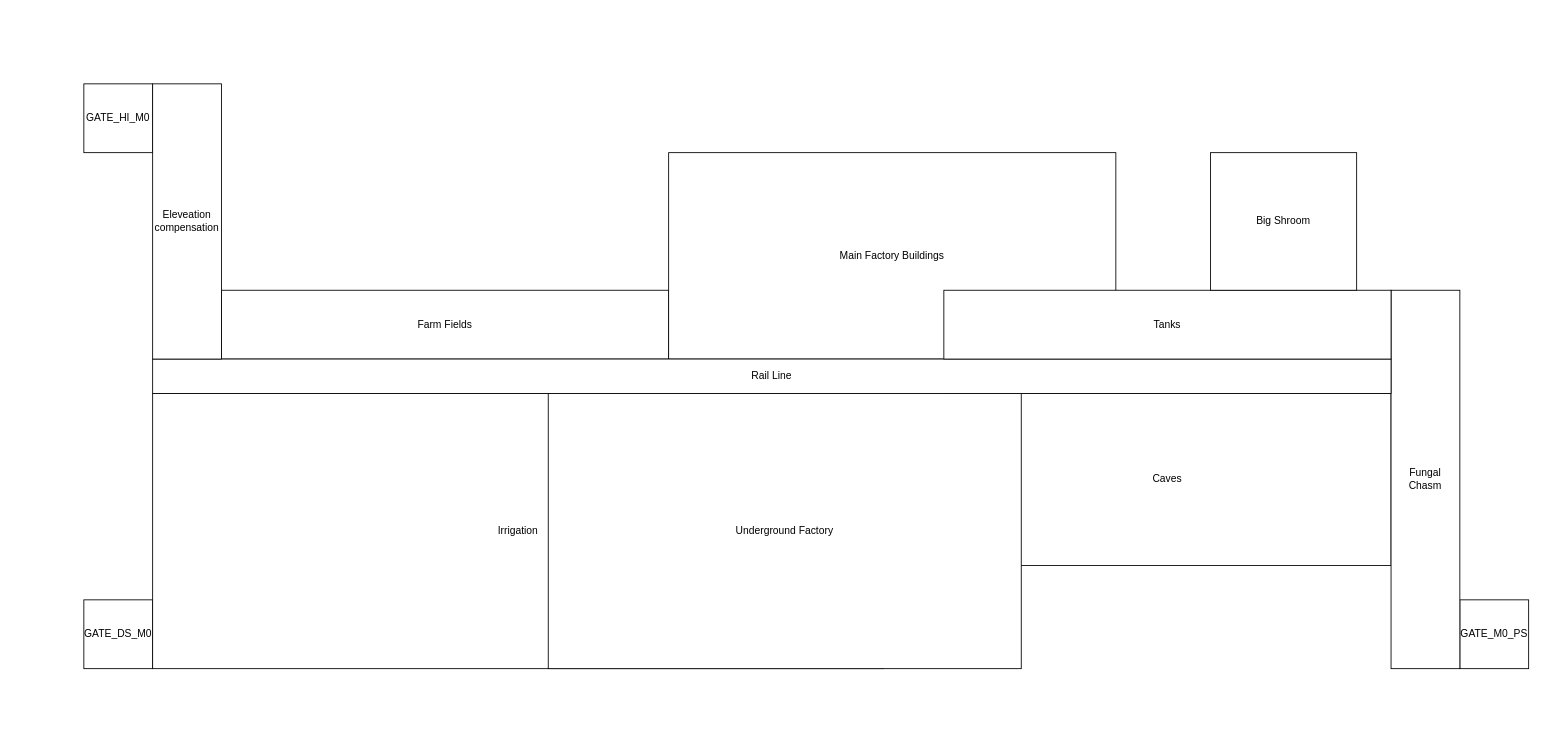
Before: mycotic-map(OLD).drawio in Seroen/Mycotic-Manufactory, a draw.io diagram. Source tidied: cells renumbered, new cells numbered last; positions are measured from the earlier drawing's top-left corner, leaving out a move shared by most shapes. Both pictures are drawn from the tidied source at 86%, with x=0, y=0 at pixel (83, 83).
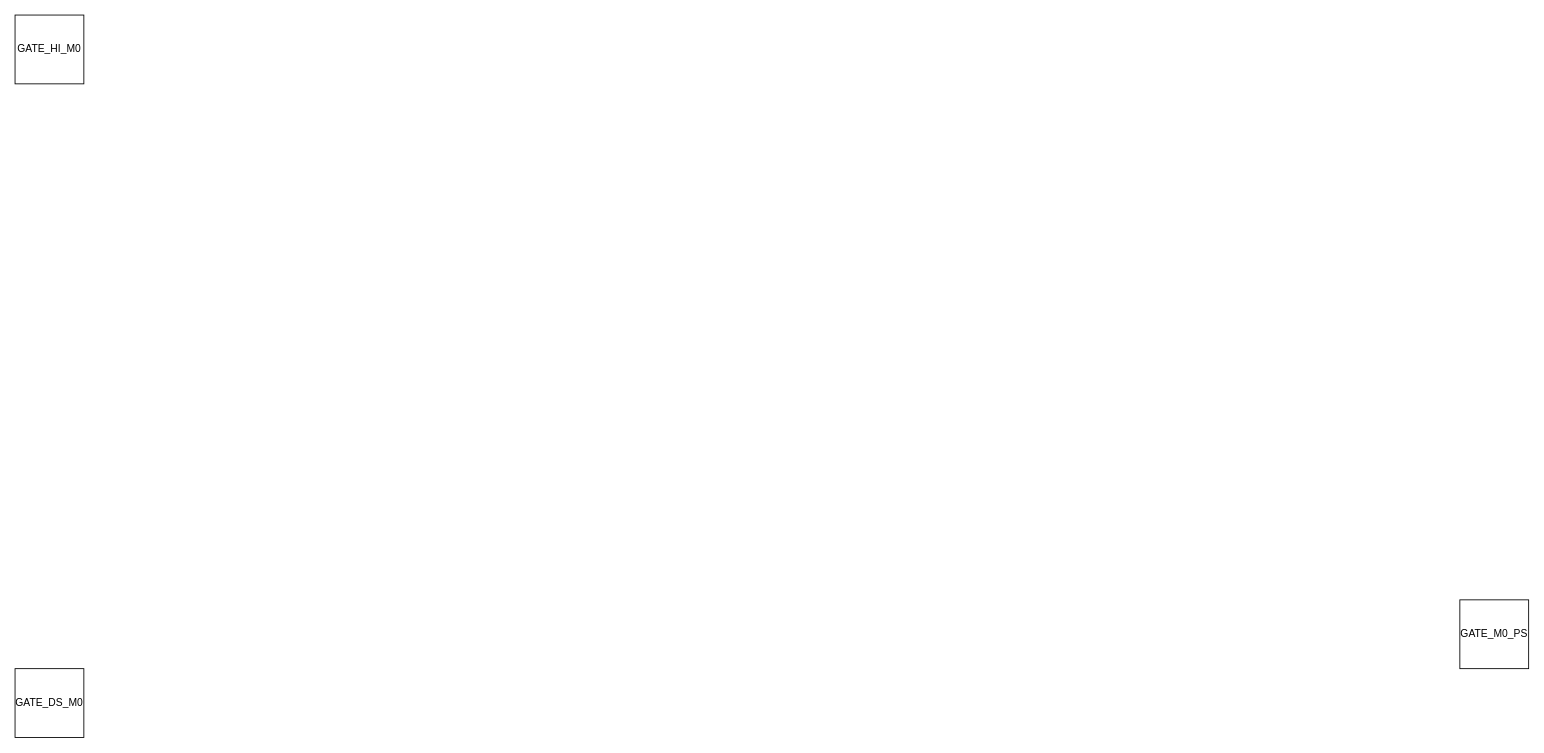
The same diagram, later.

Diff of the diagram source:
```diff
@@
 <mxGraphModel>
   <root>
     <mxCell id="0" />
     <mxCell id="1" parent="0" />
+    <mxCell id="4" value="GATE_M0_PS" style="whiteSpace=wrap;html=1;direction=south;" parent="1" vertex="1">
+      <mxGeometry x="1600" y="600" width="80" height="80" as="geometry" />
+    </mxCell>
-    <mxCell id="2" value="GATE_DS_M0" style="whiteSpace=wrap;html=1;direction=south;" parent="1" vertex="1">
-      <mxGeometry y="600" width="80" height="80" as="geometry" />
+    <mxCell id="2" value="GATE_DS_M0" style="rounded=0;whiteSpace=wrap;html=1;" parent="1" vertex="1">
+      <mxGeometry x="-80" y="680" width="80" height="80" as="geometry" />
     </mxCell>
-    <mxCell id="3" value="GATE_HI_M0" style="whiteSpace=wrap;html=1;" parent="1" vertex="1">
-      <mxGeometry width="80" height="80" as="geometry" />
+    <mxCell id="3" value="GATE_HI_M0" style="rounded=0;whiteSpace=wrap;html=1;" parent="1" vertex="1">
+      <mxGeometry x="-80" y="-80" width="80" height="80" as="geometry" />
     </mxCell>
-    <mxCell id="4" value="GATE_M0_PS" style="whiteSpace=wrap;html=1;direction=south;" parent="1" vertex="1">
-      <mxGeometry x="1600" y="600" width="80" height="80" as="geometry" />
-    </mxCell>
-    <mxCell id="5" value="Irrigation" style="rounded=0;whiteSpace=wrap;html=1;" parent="1" vertex="1">
-      <mxGeometry x="80" y="360" width="850" height="320" as="geometry" />
-    </mxCell>
-    <mxCell id="6" value="Caves" style="rounded=0;whiteSpace=wrap;html=1;" parent="1" vertex="1">
-      <mxGeometry x="1000" y="360" width="520" height="200" as="geometry" />
-    </mxCell>
-    <mxCell id="7" value="Fungal Chasm" style="rounded=0;whiteSpace=wrap;html=1;" parent="1" vertex="1">
-      <mxGeometry x="1520" y="240" width="80" height="440" as="geometry" />
-    </mxCell>
-    <mxCell id="8" value="Farm Fields" style="rounded=0;whiteSpace=wrap;html=1;" parent="1" vertex="1">
-      <mxGeometry x="160" y="240" width="520" height="80" as="geometry" />
-    </mxCell>
-    <mxCell id="9" value="Main Factory Buildings" style="rounded=0;whiteSpace=wrap;html=1;" parent="1" vertex="1">
-      <mxGeometry x="680" y="80" width="520" height="240" as="geometry" />
-    </mxCell>
-    <mxCell id="10" value="Rail Line" style="rounded=0;whiteSpace=wrap;html=1;" parent="1" vertex="1">
-      <mxGeometry x="80" y="320" width="1440" height="40" as="geometry" />
-    </mxCell>
-    <mxCell id="11" value="Tanks" style="rounded=0;whiteSpace=wrap;html=1;" parent="1" vertex="1">
-      <mxGeometry x="1000" y="240" width="520" height="80" as="geometry" />
-    </mxCell>
-    <mxCell id="12" value="Eleveation compensation" style="rounded=0;whiteSpace=wrap;html=1;" parent="1" vertex="1">
-      <mxGeometry x="80" width="80" height="320" as="geometry" />
-    </mxCell>
-    <mxCell id="13" value="Big Shroom" style="rounded=0;whiteSpace=wrap;html=1;" parent="1" vertex="1">
-      <mxGeometry x="1310" y="80" width="170" height="160" as="geometry" />
-    </mxCell>
-    <mxCell id="14" value="Underground Factory" style="rounded=0;whiteSpace=wrap;html=1;" parent="1" vertex="1">
-      <mxGeometry x="540" y="360" width="550" height="320" as="geometry" />
-    </mxCell>
   </root>
 </mxGraphModel>
```
